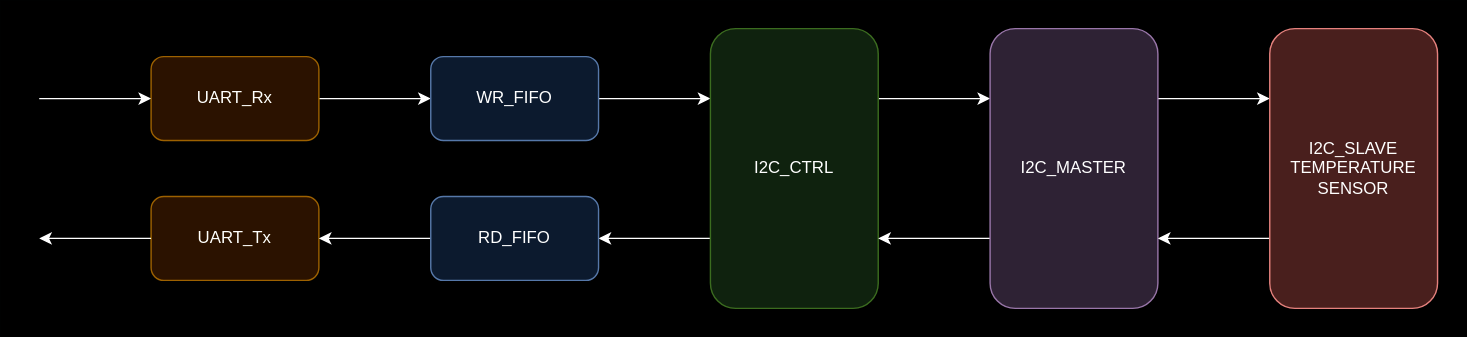
Before: Documents/i2c_interface.svg, a diagram exported from draw.io (Mr-Kaushal-22/I2C_Interfacing). Source tidied: cells renumbered, new cells last; positions are measured from the earlier drawing's top-left corner, leaving out a move shared by most shapes. Source of this version:
```xml
<mxGraphModel>
  <root>
    <mxCell id="0" />
    <mxCell id="1" parent="0" />
    <mxCell id="2" style="edgeStyle=orthogonalEdgeStyle;rounded=0;jettySize=auto;html=1;" parent="1" edge="1" source="3" target="5">
      <mxGeometry relative="1" as="geometry" />
    </mxCell>
    <mxCell id="3" value="UART_Rx" style="rounded=1;whiteSpace=wrap;html=1;fillColor=#ffe6cc;strokeColor=#d79b00;" parent="1" vertex="1">
      <mxGeometry x="80" y="20" width="120" height="60" as="geometry" />
    </mxCell>
    <mxCell id="4" style="edgeStyle=orthogonalEdgeStyle;rounded=0;jettySize=auto;html=1;entryX=0;entryY=0.25;entryDx=0;entryDy=0;" parent="1" edge="1" source="5" target="8">
      <mxGeometry relative="1" as="geometry" />
    </mxCell>
    <mxCell id="5" value="WR_FIFO" style="whiteSpace=wrap;html=1;rounded=1;fillColor=#dae8fc;strokeColor=#6c8ebf;" parent="1" vertex="1">
      <mxGeometry x="280" y="20" width="120" height="60" as="geometry" />
    </mxCell>
    <mxCell id="6" style="edgeStyle=orthogonalEdgeStyle;rounded=0;jettySize=auto;html=1;entryX=1;entryY=0.5;entryDx=0;entryDy=0;exitX=0;exitY=0.75;exitDx=0;exitDy=0;" parent="1" edge="1" source="8" target="11">
      <mxGeometry relative="1" as="geometry" />
    </mxCell>
    <mxCell id="7" style="edgeStyle=orthogonalEdgeStyle;rounded=0;jettySize=auto;html=1;entryX=0;entryY=0.25;entryDx=0;entryDy=0;exitX=1;exitY=0.25;exitDx=0;exitDy=0;" parent="1" edge="1" source="8" target="14">
      <mxGeometry relative="1" as="geometry" />
    </mxCell>
    <mxCell id="8" value="I2C_CTRL" style="whiteSpace=wrap;html=1;rounded=1;fillColor=#d5e8d4;strokeColor=#82b366;" parent="1" vertex="1">
      <mxGeometry x="480" width="120" height="200" as="geometry" />
    </mxCell>
    <mxCell id="9" value="UART_Tx" style="rounded=1;whiteSpace=wrap;html=1;fillColor=#ffe6cc;strokeColor=#d79b00;" parent="1" vertex="1">
      <mxGeometry x="80" y="120" width="120" height="60" as="geometry" />
    </mxCell>
    <mxCell id="10" style="edgeStyle=orthogonalEdgeStyle;rounded=0;jettySize=auto;html=1;entryX=1;entryY=0.5;entryDx=0;entryDy=0;" parent="1" edge="1" source="11" target="9">
      <mxGeometry relative="1" as="geometry" />
    </mxCell>
    <mxCell id="11" value="RD_FIFO" style="whiteSpace=wrap;html=1;rounded=1;fillColor=#dae8fc;strokeColor=#6c8ebf;" parent="1" vertex="1">
      <mxGeometry x="280" y="120" width="120" height="60" as="geometry" />
    </mxCell>
    <mxCell id="12" style="edgeStyle=orthogonalEdgeStyle;rounded=0;jettySize=auto;html=1;entryX=0;entryY=0.25;entryDx=0;entryDy=0;exitX=1;exitY=0.25;exitDx=0;exitDy=0;" parent="1" edge="1" source="14" target="16">
      <mxGeometry relative="1" as="geometry" />
    </mxCell>
    <mxCell id="13" style="edgeStyle=orthogonalEdgeStyle;rounded=0;jettySize=auto;html=1;entryX=1;entryY=0.75;entryDx=0;entryDy=0;exitX=0;exitY=0.75;exitDx=0;exitDy=0;" parent="1" edge="1" source="14" target="8">
      <mxGeometry relative="1" as="geometry" />
    </mxCell>
    <mxCell id="14" value="I2C_MASTER" style="whiteSpace=wrap;html=1;rounded=1;fillColor=#e1d5e7;strokeColor=#9673a6;" parent="1" vertex="1">
      <mxGeometry x="680" width="120" height="200" as="geometry" />
    </mxCell>
    <mxCell id="15" style="edgeStyle=orthogonalEdgeStyle;rounded=0;jettySize=auto;html=1;entryX=1;entryY=0.75;entryDx=0;entryDy=0;exitX=0;exitY=0.75;exitDx=0;exitDy=0;" parent="1" edge="1" source="16" target="14">
      <mxGeometry relative="1" as="geometry" />
    </mxCell>
    <mxCell id="16" value="I2C_SLAVE&lt;div&gt;TEMPERATURE&lt;/div&gt;&lt;div&gt;SENSOR&lt;/div&gt;" style="whiteSpace=wrap;html=1;rounded=1;fillColor=#f8cecc;strokeColor=#b85450;" parent="1" vertex="1">
      <mxGeometry x="880" width="120" height="200" as="geometry" />
    </mxCell>
    <mxCell id="17" style="endArrow=classic;html=1;rounded=0;entryX=0;entryY=0.5;entryDx=0;entryDy=0;" parent="1" edge="1" target="3">
      <mxGeometry relative="1" as="geometry">
        <mxPoint y="50" as="sourcePoint" />
      </mxGeometry>
    </mxCell>
    <mxCell id="18" style="endArrow=classic;html=1;rounded=0;exitX=0;exitY=0.5;exitDx=0;exitDy=0;" parent="1" edge="1" source="9">
      <mxGeometry relative="1" as="geometry">
        <mxPoint y="150" as="targetPoint" />
      </mxGeometry>
    </mxCell>
  </root>
</mxGraphModel>
```
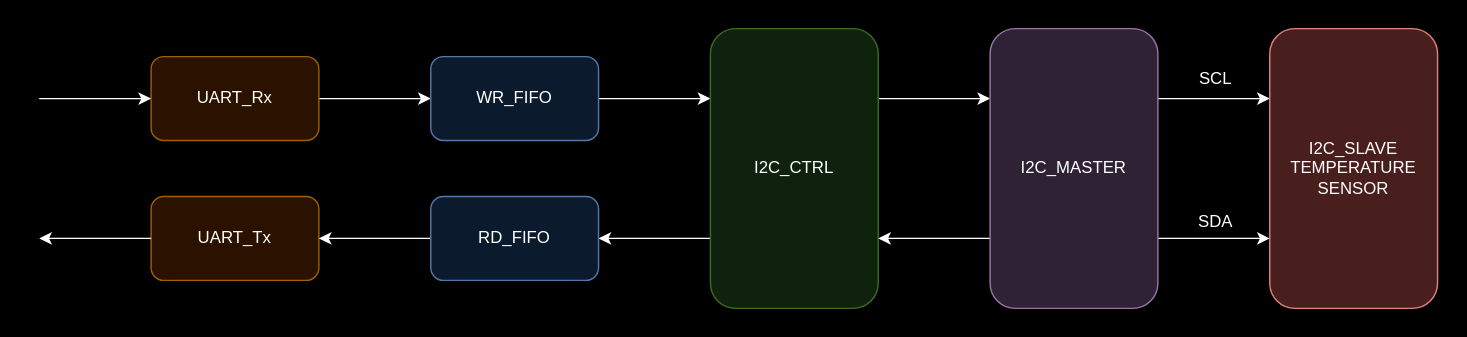
The same diagram one commit later.

Diff of the diagram source:
```diff
@@ -38,12 +38,12 @@
     <mxCell id="13" style="edgeStyle=orthogonalEdgeStyle;rounded=0;jettySize=auto;html=1;entryX=1;entryY=0.75;entryDx=0;entryDy=0;exitX=0;exitY=0.75;exitDx=0;exitDy=0;" parent="1" edge="1" source="14" target="8">
       <mxGeometry relative="1" as="geometry" />
     </mxCell>
+    <mxCell id="19" style="edgeStyle=orthogonalEdgeStyle;rounded=0;jettySize=auto;html=1;exitX=1;exitY=0.75;exitDx=0;exitDy=0;entryX=0;entryY=0.75;entryDx=0;entryDy=0;" parent="1" edge="1" source="14" target="16">
+      <mxGeometry relative="1" as="geometry" />
+    </mxCell>
     <mxCell id="14" value="I2C_MASTER" style="whiteSpace=wrap;html=1;rounded=1;fillColor=#e1d5e7;strokeColor=#9673a6;" parent="1" vertex="1">
       <mxGeometry x="680" width="120" height="200" as="geometry" />
     </mxCell>
-    <mxCell id="15" style="edgeStyle=orthogonalEdgeStyle;rounded=0;jettySize=auto;html=1;entryX=1;entryY=0.75;entryDx=0;entryDy=0;exitX=0;exitY=0.75;exitDx=0;exitDy=0;" parent="1" edge="1" source="16" target="14">
-      <mxGeometry relative="1" as="geometry" />
-    </mxCell>
     <mxCell id="16" value="I2C_SLAVE&lt;div&gt;TEMPERATURE&lt;/div&gt;&lt;div&gt;SENSOR&lt;/div&gt;" style="whiteSpace=wrap;html=1;rounded=1;fillColor=#f8cecc;strokeColor=#b85450;" parent="1" vertex="1">
       <mxGeometry x="880" width="120" height="200" as="geometry" />
     </mxCell>
@@ -57,5 +57,11 @@
         <mxPoint y="150" as="targetPoint" />
       </mxGeometry>
     </mxCell>
+    <mxCell id="20" value="SCL" style="text;html=1;align=center;verticalAlign=middle;strokeColor=none;fillColor=none;" parent="1" vertex="1">
+      <mxGeometry x="820" y="23" width="41" height="26" as="geometry" />
+    </mxCell>
+    <mxCell id="21" value="SDA" style="text;html=1;align=center;verticalAlign=middle;strokeColor=none;fillColor=none;" parent="1" vertex="1">
+      <mxGeometry x="819" y="125" width="43" height="26" as="geometry" />
+    </mxCell>
   </root>
 </mxGraphModel>
```
